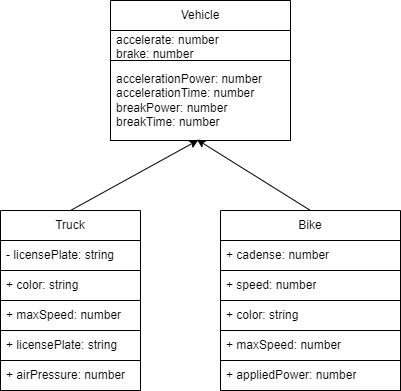
Earlier version of the draw.io export Unit2-08/Designs/cd.png (KaitlynIp64/ICS4U-Unit2-Kaitlyn-Ip). Source tidied: cells renumbered, new cells last; positions are measured from the earlier drawing's top-left corner, leaving out a move shared by most shapes.
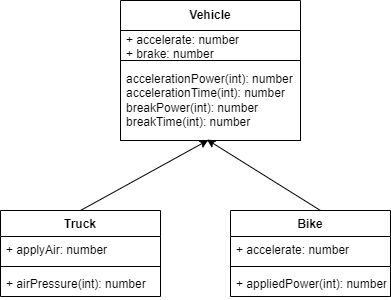
The same diagram one commit later.

Diff of the diagram source:
```diff
@@ -2,56 +2,48 @@
   <root>
     <mxCell id="0" />
     <mxCell id="1" parent="0" />
-    <mxCell id="2" style="edgeStyle=none;html=1;entryX=0.48;entryY=0.988;entryDx=0;entryDy=0;entryPerimeter=0;exitX=0.5;exitY=0;exitDx=0;exitDy=0;strokeColor=#000000;" parent="1" edge="1" source="3" target="18">
-      <mxGeometry relative="1" as="geometry" />
+    <mxCell id="2" style="edgeStyle=none;html=1;entryX=0.48;entryY=0.988;entryDx=0;entryDy=0;entryPerimeter=0;exitX=0.5;exitY=0;exitDx=0;exitDy=0;strokeColor=#000000;" parent="1" edge="1" target="18">
+      <mxGeometry relative="1" as="geometry">
+        <mxPoint x="310" y="210" as="sourcePoint" />
+      </mxGeometry>
     </mxCell>
-    <mxCell id="3" value="Bike" style="swimlane;fontStyle=0;horizontal=1;startSize=30;whiteSpace=wrap;html=1;strokeColor=#000000;" parent="1" vertex="1">
-      <mxGeometry x="220" y="210" width="180" height="180" as="geometry" />
-    </mxCell>
-    <mxCell id="4" value="+ cadense: number" style="text;strokeColor=#000000;fillColor=none;align=left;verticalAlign=middle;spacingLeft=4;spacingRight=4;overflow=hidden;whiteSpace=wrap;html=1;" parent="3" vertex="1">
-      <mxGeometry y="30" width="180" height="30" as="geometry" />
-    </mxCell>
-    <mxCell id="5" value="+ speed: number" style="text;strokeColor=#000000;fillColor=none;align=left;verticalAlign=middle;spacingLeft=4;spacingRight=4;overflow=hidden;whiteSpace=wrap;html=1;" parent="3" vertex="1">
-      <mxGeometry y="60" width="180" height="30" as="geometry" />
-    </mxCell>
-    <mxCell id="6" value="+ color: string" style="text;strokeColor=#000000;fillColor=none;align=left;verticalAlign=middle;spacingLeft=4;spacingRight=4;overflow=hidden;whiteSpace=wrap;html=1;" parent="3" vertex="1">
-      <mxGeometry y="90" width="180" height="30" as="geometry" />
-    </mxCell>
-    <mxCell id="7" value="+ maxSpeed: number" style="text;strokeColor=#000000;fillColor=none;align=left;verticalAlign=middle;spacingLeft=4;spacingRight=4;overflow=hidden;whiteSpace=wrap;html=1;" parent="3" vertex="1">
-      <mxGeometry y="120" width="180" height="30" as="geometry" />
-    </mxCell>
-    <mxCell id="8" value="+ appliedPower: number" style="text;strokeColor=#000000;fillColor=none;align=left;verticalAlign=middle;spacingLeft=4;spacingRight=4;overflow=hidden;whiteSpace=wrap;html=1;" parent="3" vertex="1">
-      <mxGeometry y="150" width="180" height="30" as="geometry" />
-    </mxCell>
-    <mxCell id="9" style="edgeStyle=none;html=1;entryX=0.487;entryY=0.996;entryDx=0;entryDy=0;entryPerimeter=0;exitX=0.5;exitY=0;exitDx=0;exitDy=0;strokeColor=#000000;" parent="1" edge="1" source="10" target="18">
-      <mxGeometry relative="1" as="geometry" />
+    <mxCell id="9" style="edgeStyle=none;html=1;entryX=0.487;entryY=0.996;entryDx=0;entryDy=0;entryPerimeter=0;exitX=0.5;exitY=0;exitDx=0;exitDy=0;strokeColor=#000000;" parent="1" edge="1" target="18">
+      <mxGeometry relative="1" as="geometry">
+        <mxPoint x="70" y="210" as="sourcePoint" />
+      </mxGeometry>
     </mxCell>
-    <mxCell id="10" value="Truck" style="swimlane;fontStyle=0;horizontal=1;startSize=30;whiteSpace=wrap;html=1;strokeColor=#000000;" parent="1" vertex="1">
-      <mxGeometry y="210" width="140" height="180" as="geometry" />
-    </mxCell>
-    <mxCell id="11" value="- licensePlate: string" style="text;strokeColor=#000000;fillColor=none;align=left;verticalAlign=middle;spacingLeft=4;spacingRight=4;overflow=hidden;whiteSpace=wrap;html=1;" parent="10" vertex="1">
-      <mxGeometry y="30" width="140" height="30" as="geometry" />
-    </mxCell>
-    <mxCell id="12" value="+ color: string" style="text;strokeColor=#000000;fillColor=none;align=left;verticalAlign=middle;spacingLeft=4;spacingRight=4;overflow=hidden;whiteSpace=wrap;html=1;" parent="10" vertex="1">
-      <mxGeometry y="60" width="140" height="30" as="geometry" />
-    </mxCell>
-    <mxCell id="13" value="+ maxSpeed: number" style="text;strokeColor=#000000;fillColor=none;align=left;verticalAlign=middle;spacingLeft=4;spacingRight=4;overflow=hidden;whiteSpace=wrap;html=1;" parent="10" vertex="1">
-      <mxGeometry y="90" width="140" height="30" as="geometry" />
-    </mxCell>
-    <mxCell id="14" value="+ licensePlate: string" style="text;strokeColor=#000000;fillColor=none;align=left;verticalAlign=middle;spacingLeft=4;spacingRight=4;overflow=hidden;whiteSpace=wrap;html=1;" parent="10" vertex="1">
-      <mxGeometry y="120" width="140" height="30" as="geometry" />
-    </mxCell>
-    <mxCell id="15" value="+ airPressure: number" style="text;strokeColor=#000000;fillColor=none;align=left;verticalAlign=middle;spacingLeft=4;spacingRight=4;overflow=hidden;whiteSpace=wrap;html=1;" parent="10" vertex="1">
-      <mxGeometry y="150" width="140" height="30" as="geometry" />
-    </mxCell>
-    <mxCell id="16" value="Vehicle" style="swimlane;fontStyle=0;horizontal=1;startSize=30;whiteSpace=wrap;html=1;strokeColor=#000000;" parent="1" vertex="1">
+    <mxCell id="16" value="&lt;b&gt;Vehicle&lt;/b&gt;" style="swimlane;fontStyle=0;horizontal=1;startSize=30;whiteSpace=wrap;html=1;strokeColor=#000000;" parent="1" vertex="1">
       <mxGeometry x="110" width="180" height="140" as="geometry" />
     </mxCell>
-    <mxCell id="17" value="accelerate: number&lt;br&gt;brake: number" style="text;strokeColor=#000000;fillColor=none;align=left;verticalAlign=middle;spacingLeft=4;spacingRight=4;overflow=hidden;whiteSpace=wrap;html=1;" parent="16" vertex="1">
+    <mxCell id="17" value="+ accelerate: number&lt;br&gt;+ brake: number" style="text;strokeColor=#000000;fillColor=none;align=left;verticalAlign=middle;spacingLeft=4;spacingRight=4;overflow=hidden;whiteSpace=wrap;html=1;" parent="16" vertex="1">
       <mxGeometry y="30" width="180" height="30" as="geometry" />
     </mxCell>
-    <mxCell id="18" value="accelerationPower: number&lt;br&gt;accelerationTime: number&lt;br&gt;breakPower: number&lt;br&gt;breakTime: number" style="text;strokeColor=#000000;fillColor=none;align=left;verticalAlign=middle;spacingLeft=4;spacingRight=4;overflow=hidden;points=[[0,0.5],[1,0.5]];portConstraint=eastwest;whiteSpace=wrap;html=1;" parent="16" vertex="1">
+    <mxCell id="18" value="accelerationPower(int): number&lt;br&gt;accelerationTime(int): number&lt;br&gt;breakPower(int): number&lt;br&gt;breakTime(int): number" style="text;strokeColor=#000000;fillColor=none;align=left;verticalAlign=middle;spacingLeft=4;spacingRight=4;overflow=hidden;points=[[0,0.5],[1,0.5]];portConstraint=eastwest;whiteSpace=wrap;html=1;" parent="16" vertex="1">
       <mxGeometry y="60" width="180" height="80" as="geometry" />
     </mxCell>
+    <mxCell id="10" value="Truck" style="swimlane;fontStyle=1;align=center;verticalAlign=top;horizontal=1;startSize=26;" parent="1" vertex="1">
+      <mxGeometry x="-10" y="210" width="160" height="86" as="geometry" />
+    </mxCell>
+    <mxCell id="19" value="+ applyAir: number" style="text;strokeColor=none;fillColor=none;align=left;verticalAlign=top;spacingLeft=4;spacingRight=4;overflow=hidden;" parent="10" vertex="1">
+      <mxGeometry y="26" width="160" height="26" as="geometry" />
+    </mxCell>
+    <mxCell id="20" style="line;strokeWidth=1;fillColor=none;align=left;verticalAlign=middle;spacingTop=-1;spacingLeft=3;spacingRight=3;labelPosition=right;strokeColor=inherit;" parent="10" vertex="1">
+      <mxGeometry y="52" width="160" height="8" as="geometry" />
+    </mxCell>
+    <mxCell id="21" value="+ airPressure(int): number" style="text;strokeColor=none;fillColor=none;align=left;verticalAlign=top;spacingLeft=4;spacingRight=4;overflow=hidden;" parent="10" vertex="1">
+      <mxGeometry y="60" width="160" height="26" as="geometry" />
+    </mxCell>
+    <mxCell id="3" value="Bike" style="swimlane;fontStyle=1;align=center;verticalAlign=top;horizontal=1;startSize=26;" parent="1" vertex="1">
+      <mxGeometry x="220" y="210" width="160" height="86" as="geometry" />
+    </mxCell>
+    <mxCell id="22" value="+ accelerate: number" style="text;strokeColor=none;fillColor=none;align=left;verticalAlign=top;spacingLeft=4;spacingRight=4;overflow=hidden;" parent="3" vertex="1">
+      <mxGeometry y="26" width="160" height="26" as="geometry" />
+    </mxCell>
+    <mxCell id="23" style="line;strokeWidth=1;fillColor=none;align=left;verticalAlign=middle;spacingTop=-1;spacingLeft=3;spacingRight=3;labelPosition=right;strokeColor=inherit;" parent="3" vertex="1">
+      <mxGeometry y="52" width="160" height="8" as="geometry" />
+    </mxCell>
+    <mxCell id="24" value="+ appliedPower(int): number" style="text;strokeColor=none;fillColor=none;align=left;verticalAlign=top;spacingLeft=4;spacingRight=4;overflow=hidden;" parent="3" vertex="1">
+      <mxGeometry y="60" width="160" height="26" as="geometry" />
+    </mxCell>
   </root>
 </mxGraphModel>
```
